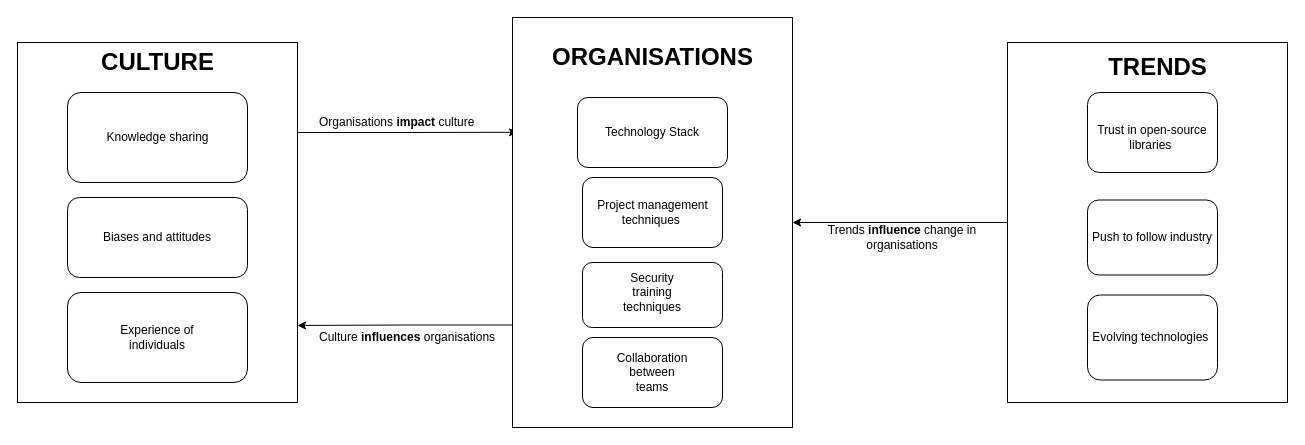
This is reports/final/Emergent_Theory_Diagram.drawio from sajwanlava/ENGR489, a draw.io file, before an edit. Source tidied: cells renumbered, new cells numbered last; positions are measured from the earlier drawing's top-left corner, leaving out a move shared by most shapes. Both pictures are drawn from the tidied source at 100%, with x=0, y=0 at pixel (17, 17).
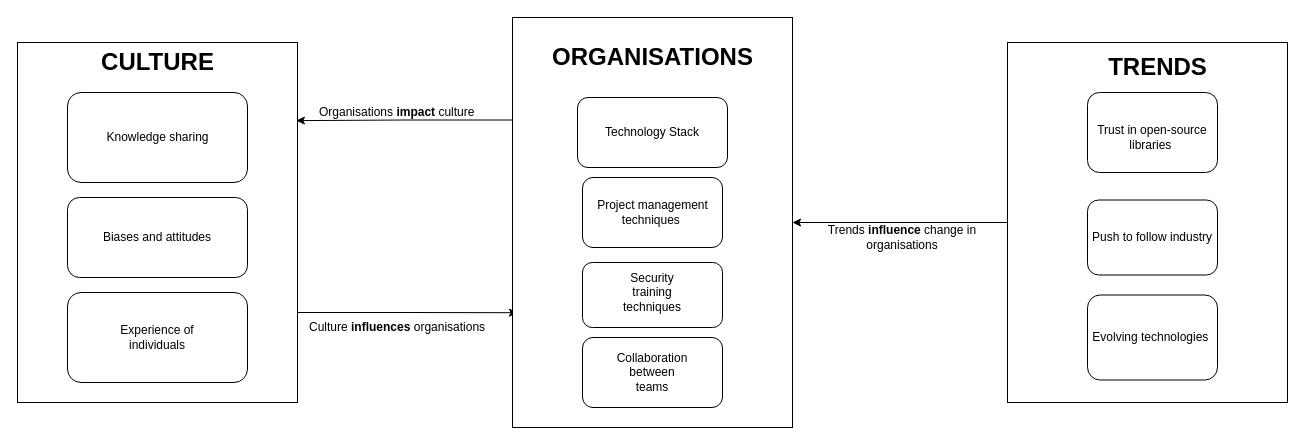
After the change.

Commit message (it also covers changes not shown here):
Found error in latest iteration of the theory diagram, so had to make two small tweaks

The change refers to these unchanged cells:
```xml
<mxCell id="5" style="rounded=0;whiteSpace=wrap;html=1;" parent="1" vertex="1">
  <mxGeometry y="25" width="280" height="360" as="geometry" />
</mxCell>
<mxCell id="12" style="rounded=0;whiteSpace=wrap;html=1;" parent="1" vertex="1">
  <mxGeometry x="495" width="280" height="410" as="geometry" />
</mxCell>
```

The edit, as a diff of the source:
```diff
@@
-    <mxCell id="4" style="edgeStyle=orthogonalEdgeStyle;rounded=0;jettySize=auto;html=1;exitX=1;exitY=0.25;exitDx=0;exitDy=0;entryX=0.018;entryY=0.28;entryDx=0;entryDy=0;entryPerimeter=0;" parent="1" edge="1" source="5" target="12">
+    <mxCell id="4" style="edgeStyle=orthogonalEdgeStyle;rounded=0;jettySize=auto;html=1;exitX=1;exitY=0.75;exitDx=0;exitDy=0;entryX=0.018;entryY=0.72;entryDx=0;entryDy=0;entryPerimeter=0;" parent="1" edge="1" source="5" target="12">
       <mxGeometry relative="1" as="geometry" />
     </mxCell>
@@
-    <mxCell id="11" style="edgeStyle=orthogonalEdgeStyle;rounded=0;jettySize=auto;html=1;exitX=0;exitY=0.75;exitDx=0;exitDy=0;entryX=1;entryY=0.786;entryDx=0;entryDy=0;entryPerimeter=0;" parent="1" edge="1" source="12" target="5">
+    <mxCell id="11" style="edgeStyle=orthogonalEdgeStyle;rounded=0;jettySize=auto;html=1;exitX=0;exitY=0.25;exitDx=0;exitDy=0;entryX=0.996;entryY=0.217;entryDx=0;entryDy=0;entryPerimeter=0;" parent="1" edge="1" source="12" target="5">
       <mxGeometry relative="1" as="geometry" />
     </mxCell>
@@
     <mxCell id="18" value="Organisations&amp;nbsp;&lt;b&gt;impact&lt;/b&gt; culture" style="text;html=1;strokeColor=none;fillColor=none;align=left;verticalAlign=middle;whiteSpace=wrap;rounded=0;" parent="1" vertex="1">
-      <mxGeometry x="300" y="95" width="160" height="20" as="geometry" />
+      <mxGeometry x="300" y="85" width="160" height="20" as="geometry" />
     </mxCell>
@@
     <mxCell id="31" value="Culture &lt;b&gt;influences&lt;/b&gt; organisations" style="text;html=1;strokeColor=none;fillColor=none;align=left;verticalAlign=middle;whiteSpace=wrap;rounded=0;" parent="1" vertex="1">
-      <mxGeometry x="300" y="310" width="225" height="20" as="geometry" />
+      <mxGeometry x="290" y="300" width="225" height="20" as="geometry" />
     </mxCell>
```
